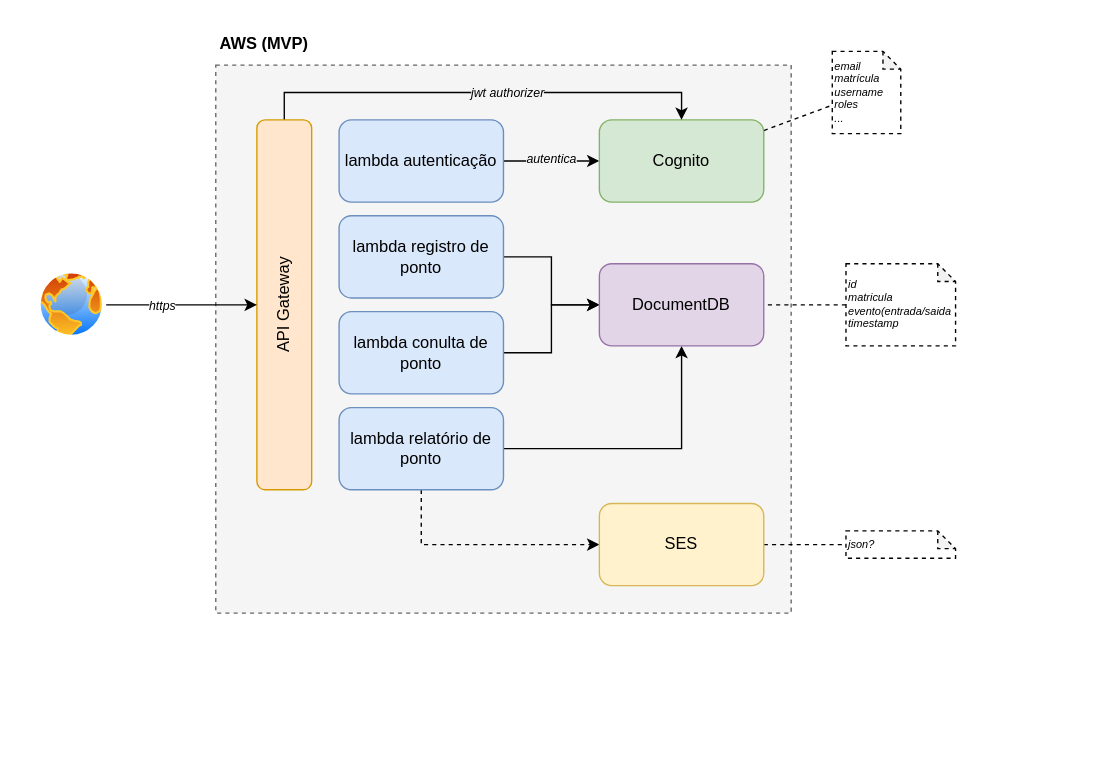
The draw.io diagram page "Page-9" (9 of 10) of docs/hackathon-company-sa.drawio in rs-renato/hackathon-company-sa, before the edit. Source tidied: cells renumbered, new cells numbered last; positions are measured from the earlier drawing's top-left corner, leaving out a move shared by most shapes. Both pictures are drawn from the tidied source at 137%, with x=0, y=0 at pixel (37, 23).
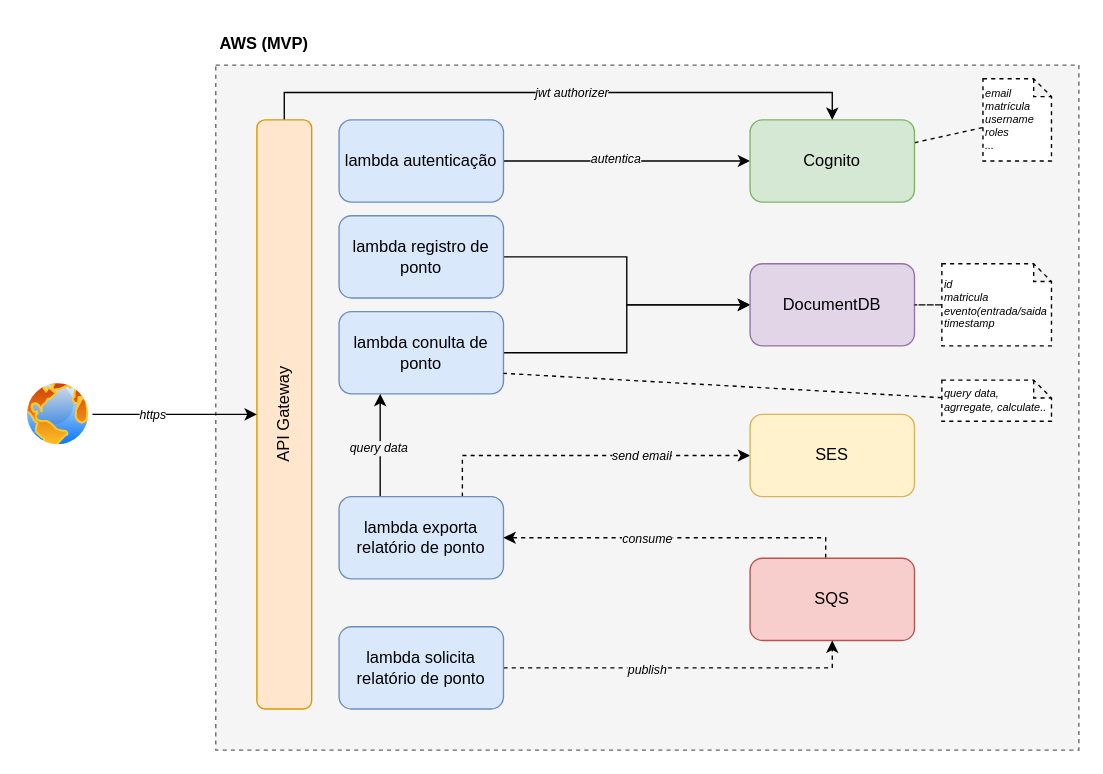
After the change.

Unchanged cells that the change refers to:
```xml
<mxCell id="6" value="lambda conulta de ponto" style="rounded=1;whiteSpace=wrap;html=1;fillColor=#dae8fc;strokeColor=#6c8ebf;" parent="1" vertex="1">
  <mxGeometry x="220" y="210" width="120" height="60" as="geometry" />
</mxCell>
```

Change to the diagram source:
```diff
@@
     <mxCell id="2" style="rounded=0;whiteSpace=wrap;html=1;dashed=1;fillColor=#f5f5f5;fontColor=#333333;strokeColor=#666666;" parent="1" vertex="1">
-      <mxGeometry x="130" y="30" width="420" height="400" as="geometry" />
+      <mxGeometry x="130" y="30" width="630" height="500" as="geometry" />
     </mxCell>
@@
-    <mxCell id="7" style="edgeStyle=orthogonalEdgeStyle;rounded=0;jettySize=auto;html=1;entryX=0.5;entryY=1;entryDx=0;entryDy=0;" parent="1" edge="1" source="9" target="17">
-      <mxGeometry relative="1" as="geometry" />
-    </mxCell>
-    <mxCell id="8" style="edgeStyle=orthogonalEdgeStyle;rounded=0;jettySize=auto;html=1;entryX=0;entryY=0.5;entryDx=0;entryDy=0;exitX=0.5;exitY=1;exitDx=0;exitDy=0;dashed=1;" parent="1" edge="1" source="9" target="14">
+    <mxCell id="8" style="rounded=0;jettySize=auto;html=1;dashed=1;entryX=0;entryY=0.5;entryDx=0;entryDy=0;edgeStyle=orthogonalEdgeStyle;exitX=0.75;exitY=0;exitDx=0;exitDy=0;" parent="1" edge="1" source="9" target="14">
       <mxGeometry relative="1" as="geometry" />
     </mxCell>
+    <mxCell id="29" value="send email" style="edgeLabel;html=1;align=center;verticalAlign=middle;fontSize=9;labelBackgroundColor=#F5F5F5;fontStyle=2;" parent="8" vertex="1">
+      <mxGeometry x="-0.13" y="1" relative="1" as="geometry">
+        <mxPoint x="56" y="1" as="offset" />
+      </mxGeometry>
+    </mxCell>
+    <mxCell id="30" style="rounded=0;jettySize=auto;html=1;entryX=0.25;entryY=1;entryDx=0;entryDy=0;exitX=0.25;exitY=0;exitDx=0;exitDy=0;" parent="1" edge="1" source="9" target="6">
+      <mxGeometry relative="1" as="geometry" />
+    </mxCell>
+    <mxCell id="31" value="query data" style="edgeLabel;html=1;align=center;verticalAlign=middle;fontSize=9;labelBackgroundColor=#F5F5F5;fontStyle=2;" parent="30" vertex="1">
+      <mxGeometry x="-0.05" y="2" relative="1" as="geometry" />
+    </mxCell>
-    <mxCell id="9" value="lambda relatório de ponto" style="rounded=1;whiteSpace=wrap;html=1;fillColor=#dae8fc;strokeColor=#6c8ebf;" parent="1" vertex="1">
-      <mxGeometry x="220" y="280" width="120" height="60" as="geometry" />
+    <mxCell id="9" value="lambda exporta relatório de ponto" style="rounded=1;whiteSpace=wrap;html=1;fillColor=#dae8fc;strokeColor=#6c8ebf;" parent="1" vertex="1">
+      <mxGeometry x="220" y="345" width="120" height="60" as="geometry" />
     </mxCell>
@@
-    <mxCell id="13" style="edgeStyle=orthogonalEdgeStyle;rounded=0;jettySize=auto;html=1;dashed=1;endArrow=none;endFill=0;" parent="1" edge="1" source="14" target="25">
-      <mxGeometry relative="1" as="geometry" />
-    </mxCell>
     <mxCell id="14" value="SES" style="rounded=1;whiteSpace=wrap;html=1;fillColor=#fff2cc;strokeColor=#d6b656;" parent="1" vertex="1">
-      <mxGeometry x="410" y="350" width="120" height="60" as="geometry" />
+      <mxGeometry x="520" y="285" width="120" height="60" as="geometry" />
     </mxCell>
@@
     <mxCell id="16" value="Cognito" style="rounded=1;whiteSpace=wrap;html=1;fillColor=#d5e8d4;strokeColor=#82b366;" parent="1" vertex="1">
-      <mxGeometry x="410" y="70" width="120" height="60" as="geometry" />
+      <mxGeometry x="520" y="70" width="120" height="60" as="geometry" />
     </mxCell>
     <mxCell id="17" value="DocumentDB" style="rounded=1;whiteSpace=wrap;html=1;fillColor=#e1d5e7;strokeColor=#9673a6;" parent="1" vertex="1">
-      <mxGeometry x="410" y="175" width="120" height="60" as="geometry" />
+      <mxGeometry x="520" y="175" width="120" height="60" as="geometry" />
     </mxCell>
     <mxCell id="18" style="edgeStyle=orthogonalEdgeStyle;rounded=0;jettySize=auto;html=1;entryX=0.5;entryY=0;entryDx=0;entryDy=0;" parent="1" edge="1" source="20" target="16">
       <mxGeometry relative="1" as="geometry">
         <Array as="points">
           <mxPoint x="180" y="50" />
-          <mxPoint x="470" y="50" />
+          <mxPoint x="580" y="50" />
         </Array>
       </mxGeometry>
     </mxCell>
@@
     <mxCell id="20" value="API Gateway" style="rounded=1;whiteSpace=wrap;html=1;fillColor=#ffe6cc;strokeColor=#d79b00;horizontal=0;verticalAlign=middle;" parent="1" vertex="1">
-      <mxGeometry x="160" y="70" width="40" height="270" as="geometry" />
+      <mxGeometry x="160" y="70" width="40" height="430" as="geometry" />
     </mxCell>
@@
     <mxCell id="22" value="email&lt;br style=&quot;font-size: 8px;&quot;&gt;matrícula&lt;br style=&quot;font-size: 8px;&quot;&gt;username&lt;br style=&quot;font-size: 8px;&quot;&gt;roles&lt;br&gt;..." style="shape=note;whiteSpace=wrap;html=1;backgroundOutline=1;darkOpacity=0.05;dashed=1;align=left;size=13;fontStyle=2;fontSize=8;" parent="1" vertex="1">
-      <mxGeometry x="580" y="20" width="50" height="60" as="geometry" />
+      <mxGeometry x="690" y="40" width="50" height="60" as="geometry" />
     </mxCell>
@@
     <mxCell id="24" value="id&lt;br&gt;matricula&lt;br&gt;evento(entrada/saida&lt;br&gt;timestamp" style="shape=note;whiteSpace=wrap;html=1;backgroundOutline=1;darkOpacity=0.05;dashed=1;align=left;size=13;fontStyle=2;fontSize=8;" parent="1" vertex="1">
-      <mxGeometry x="590" y="175" width="80" height="60" as="geometry" />
+      <mxGeometry x="660" y="175" width="80" height="60" as="geometry" />
     </mxCell>
-    <mxCell id="25" value="json?" style="shape=note;whiteSpace=wrap;html=1;backgroundOutline=1;darkOpacity=0.05;dashed=1;align=left;size=13;fontStyle=2;fontSize=8;" parent="1" vertex="1">
-      <mxGeometry x="590" y="370" width="80" height="20" as="geometry" />
-    </mxCell>
@@
     <mxCell id="28" style="image;perimeter=ellipsePerimeter;html=1;align=center;shadow=0;dashed=0;spacingTop=3;image=img/lib/active_directory/internet_globe.svg;" parent="1" vertex="1">
-      <mxGeometry y="180" width="50" height="50" as="geometry" />
+      <mxGeometry x="-10" y="260" width="50" height="50" as="geometry" />
     </mxCell>
+    <mxCell id="32" style="rounded=0;jettySize=auto;html=1;dashed=1;entryX=1;entryY=0.5;entryDx=0;entryDy=0;edgeStyle=orthogonalEdgeStyle;exitX=0.46;exitY=-0.005;exitDx=0;exitDy=0;exitPerimeter=0;" parent="1" edge="1" source="34" target="9">
+      <mxGeometry relative="1" as="geometry">
+        <Array as="points">
+          <mxPoint x="575" y="375" />
+        </Array>
+      </mxGeometry>
+    </mxCell>
+    <mxCell id="33" value="consume" style="edgeLabel;html=1;align=center;verticalAlign=middle;labelBackgroundColor=#F5F5F5;fontSize=9;fontStyle=2;" parent="32" vertex="1">
+      <mxGeometry x="-0.25" y="-1" relative="1" as="geometry">
+        <mxPoint x="-51" y="1" as="offset" />
+      </mxGeometry>
+    </mxCell>
+    <mxCell id="34" value="SQS" style="rounded=1;whiteSpace=wrap;html=1;fillColor=#f8cecc;strokeColor=#b85450;" parent="1" vertex="1">
+      <mxGeometry x="520" y="390" width="120" height="60" as="geometry" />
+    </mxCell>
+    <mxCell id="35" style="edgeStyle=orthogonalEdgeStyle;rounded=0;jettySize=auto;html=1;dashed=1;entryX=0.5;entryY=1;entryDx=0;entryDy=0;" parent="1" edge="1" source="37" target="34">
+      <mxGeometry relative="1" as="geometry" />
+    </mxCell>
+    <mxCell id="36" value="&lt;i&gt;&lt;font style=&quot;font-size: 9px;&quot;&gt;publish&lt;/font&gt;&lt;/i&gt;" style="edgeLabel;html=1;align=center;verticalAlign=middle;labelBackgroundColor=#F5F5F5;" parent="35" vertex="1">
+      <mxGeometry x="-0.23" relative="1" as="geometry">
+        <mxPoint x="4" as="offset" />
+      </mxGeometry>
+    </mxCell>
+    <mxCell id="37" value="lambda solicita relatório de ponto" style="rounded=1;whiteSpace=wrap;html=1;fillColor=#dae8fc;strokeColor=#6c8ebf;" parent="1" vertex="1">
+      <mxGeometry x="220" y="440" width="120" height="60" as="geometry" />
+    </mxCell>
+    <mxCell id="38" style="rounded=0;jettySize=auto;html=1;entryX=1;entryY=0.75;entryDx=0;entryDy=0;dashed=1;endArrow=none;endFill=0;" parent="1" edge="1" source="39" target="6">
+      <mxGeometry relative="1" as="geometry" />
+    </mxCell>
+    <mxCell id="39" value="query data, agrregate, calculate.." style="shape=note;whiteSpace=wrap;html=1;backgroundOutline=1;darkOpacity=0.05;dashed=1;align=left;size=13;fontStyle=2;fontSize=8;" parent="1" vertex="1">
+      <mxGeometry x="660" y="260" width="80" height="30" as="geometry" />
+    </mxCell>
```
